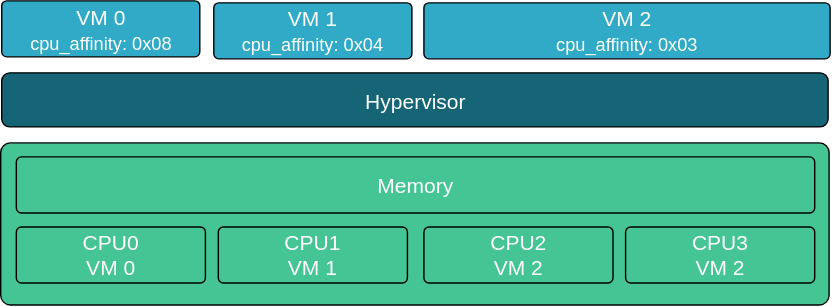
Above: source/bao_hyp/img/cpu-affinity.svg in bao-project/bao-docs (draw.io), before the change. Source tidied: cells renumbered, new cells last; positions are measured from the earlier drawing's top-left corner, leaving out a move shared by most shapes.
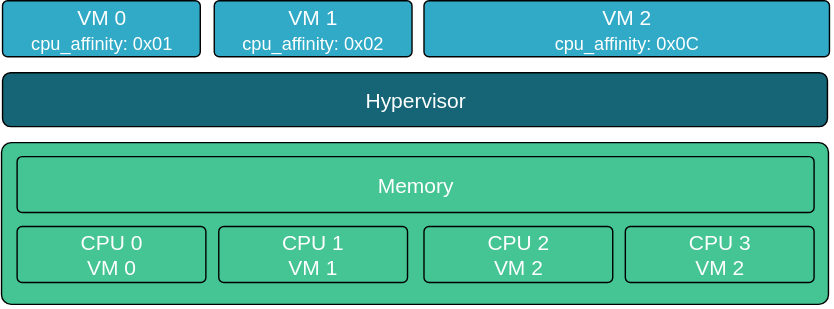
The same file after the commit.

Commit message:
fix(cpu_affinity): update image

The edit, as a diff of the source:
```diff
@@ -2,34 +2,34 @@
   <root>
     <mxCell id="0" />
     <mxCell id="1" parent="0" />
-    <mxCell id="2" value="&lt;font color=&quot;#ffffff&quot;&gt;VM 1&lt;br style=&quot;font-size: 15px&quot;&gt;&lt;font style=&quot;font-size: 13px&quot;&gt;cpu_affinity: 0x04&lt;/font&gt;&lt;br style=&quot;font-size: 15px&quot;&gt;&lt;/font&gt;" style="rounded=1;whiteSpace=wrap;html=1;fillColor=#30aac6;arcSize=9;fontSize=15;" parent="1" vertex="1">
-      <mxGeometry x="152.1" y="1.4" width="141.4" height="40" as="geometry" />
+    <mxCell id="2" value="&lt;font color=&quot;#ffffff&quot;&gt;VM 1&lt;br style=&quot;font-size: 15px;&quot;&gt;&lt;font style=&quot;font-size: 13px;&quot;&gt;cpu_affinity: 0x02&lt;/font&gt;&lt;br style=&quot;font-size: 15px;&quot;&gt;&lt;/font&gt;" style="rounded=1;whiteSpace=wrap;html=1;fillColor=#30aac6;arcSize=9;fontSize=15;" parent="1" vertex="1">
+      <mxGeometry x="152.1" width="141.4" height="40" as="geometry" />
     </mxCell>
     <mxCell id="3" value="&lt;font color=&quot;#ffffff&quot; style=&quot;font-size: 15px;&quot;&gt;Hypervisor&lt;/font&gt;" style="rounded=1;whiteSpace=wrap;html=1;fillColor=#156577;fontSize=15;" parent="1" vertex="1">
       <mxGeometry x="0.7" y="51.4" width="590" height="38.6" as="geometry" />
     </mxCell>
     <mxCell id="4" style="rounded=1;whiteSpace=wrap;html=1;fillColor=#45c494;arcSize=6;fontSize=15;" parent="1" vertex="1">
-      <mxGeometry y="101.4" width="591.4" height="115.7" as="geometry" />
+      <mxGeometry x="-0.1" y="101.4" width="591.4" height="115.7" as="geometry" />
     </mxCell>
-    <mxCell id="5" value="&lt;font color=&quot;#ffffff&quot;&gt;VM 0&lt;br style=&quot;font-size: 15px;&quot;&gt;&lt;font style=&quot;font-size: 13px;&quot;&gt;cpu_affinity: 0x08&lt;/font&gt;&lt;br style=&quot;font-size: 15px;&quot;&gt;&lt;/font&gt;" style="rounded=1;whiteSpace=wrap;html=1;fillColor=#30aac6;arcSize=9;fontSize=15;" parent="1" vertex="1">
+    <mxCell id="5" value="&lt;font color=&quot;#ffffff&quot;&gt;VM 0&lt;br style=&quot;font-size: 15px;&quot;&gt;&lt;font style=&quot;font-size: 13px;&quot;&gt;cpu_affinity: 0x01&lt;/font&gt;&lt;br style=&quot;font-size: 15px;&quot;&gt;&lt;/font&gt;" style="rounded=1;whiteSpace=wrap;html=1;fillColor=#30aac6;arcSize=9;fontSize=15;" parent="1" vertex="1">
       <mxGeometry x="0.7" width="141.4" height="40" as="geometry" />
     </mxCell>
-    <mxCell id="6" value="&lt;font color=&quot;#ffffff&quot;&gt;VM 2&lt;br style=&quot;font-size: 15px;&quot;&gt;&lt;font style=&quot;font-size: 13px;&quot;&gt;cpu_affinity: 0x03&lt;/font&gt;&lt;br style=&quot;font-size: 15px;&quot;&gt;&lt;/font&gt;" style="rounded=1;whiteSpace=wrap;html=1;fillColor=#30aac6;arcSize=9;fontSize=15;" parent="1" vertex="1">
-      <mxGeometry x="302.1" y="1.4" width="290" height="40" as="geometry" />
+    <mxCell id="6" value="&lt;font color=&quot;#ffffff&quot;&gt;VM 2&lt;br style=&quot;font-size: 15px;&quot;&gt;&lt;font style=&quot;font-size: 13px;&quot;&gt;cpu_affinity: 0x0C&lt;/font&gt;&lt;br style=&quot;font-size: 15px;&quot;&gt;&lt;/font&gt;" style="rounded=1;whiteSpace=wrap;html=1;fillColor=#30aac6;arcSize=9;fontSize=15;" parent="1" vertex="1">
+      <mxGeometry x="302.1" width="290" height="40" as="geometry" />
     </mxCell>
-    <mxCell id="7" value="&lt;font color=&quot;#ffffff&quot; style=&quot;font-size: 15px;&quot;&gt;Memory&lt;br style=&quot;font-size: 15px;&quot;&gt;&lt;/font&gt;" style="rounded=1;whiteSpace=wrap;html=1;arcSize=9;fillStyle=cross-hatch;fontSize=15;fillColor=none;" parent="1" vertex="1">
+    <mxCell id="7" value="&lt;font color=&quot;#ffffff&quot; style=&quot;font-size: 15px;&quot;&gt;Memory&lt;br style=&quot;font-size: 15px;&quot;&gt;&lt;/font&gt;" style="rounded=1;whiteSpace=wrap;html=1;fillColor=none;arcSize=9;fillStyle=cross-hatch;fontSize=15;" parent="1" vertex="1">
       <mxGeometry x="11.1" y="111.4" width="570" height="40" as="geometry" />
     </mxCell>
-    <mxCell id="8" value="&lt;font color=&quot;#ffffff&quot; style=&quot;font-size: 15px;&quot;&gt;CPU0&lt;br style=&quot;font-size: 15px;&quot;&gt;VM 0&lt;br style=&quot;font-size: 15px;&quot;&gt;&lt;/font&gt;" style="rounded=1;whiteSpace=wrap;html=1;fillColor=none;arcSize=9;fillStyle=cross-hatch;fontSize=15;" parent="1" vertex="1">
+    <mxCell id="8" value="&lt;font color=&quot;#ffffff&quot; style=&quot;font-size: 15px;&quot;&gt;CPU 0&lt;br style=&quot;font-size: 15px;&quot;&gt;VM 0&lt;br style=&quot;font-size: 15px;&quot;&gt;&lt;/font&gt;" style="rounded=1;whiteSpace=wrap;html=1;fillColor=none;arcSize=9;fillStyle=cross-hatch;fontSize=15;" parent="1" vertex="1">
       <mxGeometry x="11.1" y="161.4" width="135" height="40" as="geometry" />
     </mxCell>
-    <mxCell id="9" value="&lt;font color=&quot;#ffffff&quot; style=&quot;font-size: 15px;&quot;&gt;CPU1&lt;br style=&quot;font-size: 15px;&quot;&gt;VM 1&lt;br style=&quot;font-size: 15px;&quot;&gt;&lt;/font&gt;" style="rounded=1;whiteSpace=wrap;html=1;fillColor=none;arcSize=9;fillStyle=cross-hatch;fontSize=15;" parent="1" vertex="1">
-      <mxGeometry x="155.4" y="161.4" width="135" height="40" as="geometry" />
+    <mxCell id="9" value="&lt;font color=&quot;#ffffff&quot; style=&quot;font-size: 15px;&quot;&gt;CPU 1&lt;br style=&quot;font-size: 15px;&quot;&gt;VM 1&lt;br style=&quot;font-size: 15px;&quot;&gt;&lt;/font&gt;" style="rounded=1;whiteSpace=wrap;html=1;fillColor=none;arcSize=9;fillStyle=cross-hatch;fontSize=15;" parent="1" vertex="1">
+      <mxGeometry x="155.3" y="161.4" width="135" height="40" as="geometry" />
     </mxCell>
-    <mxCell id="10" value="&lt;font color=&quot;#ffffff&quot; style=&quot;font-size: 15px;&quot;&gt;CPU2&lt;br style=&quot;font-size: 15px;&quot;&gt;VM 2&lt;br style=&quot;font-size: 15px;&quot;&gt;&lt;/font&gt;" style="rounded=1;whiteSpace=wrap;html=1;fillColor=none;arcSize=9;fillStyle=cross-hatch;fontSize=15;" parent="1" vertex="1">
+    <mxCell id="10" value="&lt;font color=&quot;#ffffff&quot; style=&quot;font-size: 15px;&quot;&gt;CPU 2&lt;br style=&quot;font-size: 15px;&quot;&gt;VM 2&lt;br style=&quot;font-size: 15px;&quot;&gt;&lt;/font&gt;" style="rounded=1;whiteSpace=wrap;html=1;fillColor=none;arcSize=9;fillStyle=cross-hatch;fontSize=15;" parent="1" vertex="1">
       <mxGeometry x="302.1" y="161.4" width="135" height="40" as="geometry" />
     </mxCell>
-    <mxCell id="11" value="&lt;font color=&quot;#ffffff&quot; style=&quot;font-size: 15px;&quot;&gt;CPU3&lt;br style=&quot;font-size: 15px;&quot;&gt;VM 2&lt;br style=&quot;font-size: 15px;&quot;&gt;&lt;/font&gt;" style="rounded=1;whiteSpace=wrap;html=1;fillColor=none;arcSize=9;fillStyle=cross-hatch;fontSize=15;" parent="1" vertex="1">
+    <mxCell id="11" value="&lt;font color=&quot;#ffffff&quot; style=&quot;font-size: 15px;&quot;&gt;CPU 3&lt;br style=&quot;font-size: 15px;&quot;&gt;VM 2&lt;br style=&quot;font-size: 15px;&quot;&gt;&lt;/font&gt;" style="rounded=1;whiteSpace=wrap;html=1;fillColor=none;arcSize=9;fillStyle=cross-hatch;fontSize=15;" parent="1" vertex="1">
       <mxGeometry x="446.1" y="161.4" width="135" height="40" as="geometry" />
     </mxCell>
   </root>
```
